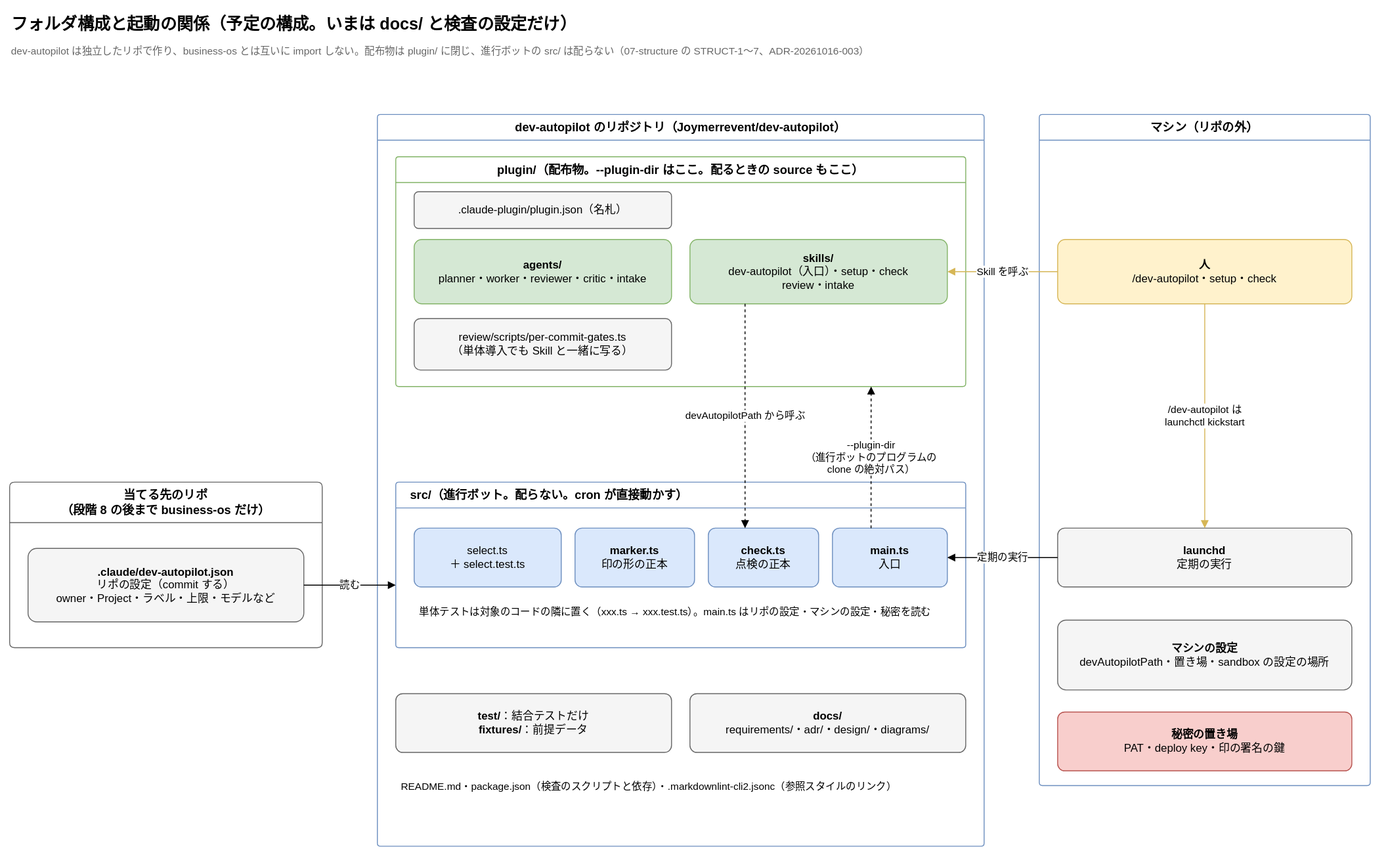
Above: docs/diagrams/structure.drawio.svg in Joymerrevent/dev-autopilot (draw.io), before the change. Source tidied: cells renumbered, new cells last; positions are measured from the earlier drawing's top-left corner, leaving out a move shared by most shapes.
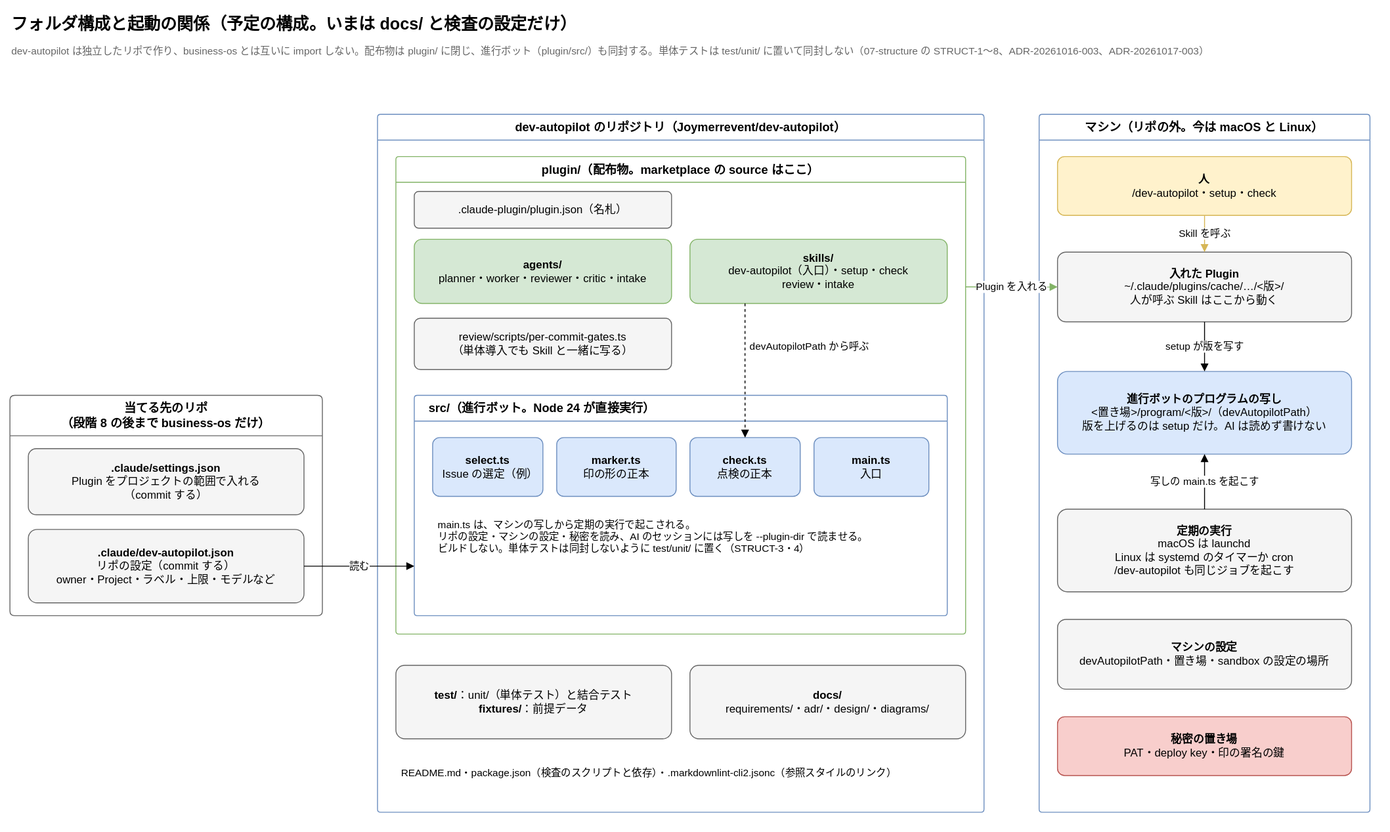
After the commit.

Commit message:
docs: 構成・全体・隔離と鍵の図を、Plugin に同封して写しから動かす形に直す

Change to the diagram source:
```diff
@@ -5,20 +5,23 @@
     <mxCell id="2" value="フォルダ構成と起動の関係（予定の構成。いまは docs/ と検査の設定だけ）" style="text;html=1;whiteSpace=wrap;align=left;verticalAlign=middle;fontSize=18;fontStyle=1;" parent="1" vertex="1">
       <mxGeometry width="1000" height="32" as="geometry" />
     </mxCell>
-    <mxCell id="3" value="dev-autopilot は独立したリポで作り、business-os とは互いに import しない。配布物は plugin/ に閉じ、進行ボットの src/ は配らない（07-structure の STRUCT-1〜7、ADR-20261016-003）" style="text;html=1;whiteSpace=wrap;align=left;verticalAlign=top;fontSize=11;fontColor=#666666;" parent="1" vertex="1">
+    <mxCell id="3" value="dev-autopilot は独立したリポで作り、business-os とは互いに import しない。配布物は plugin/ に閉じ、進行ボット（plugin/src/）も同封する。単体テストは test/unit/ に置いて同封しない（07-structure の STRUCT-1〜8、ADR-20261016-003、ADR-20261017-003）" style="text;html=1;whiteSpace=wrap;align=left;verticalAlign=top;fontSize=11;fontColor=#666666;" parent="1" vertex="1">
       <mxGeometry y="32" width="1480" height="22" as="geometry" />
     </mxCell>
     <mxCell id="4" value="当てる先のリポ&lt;br&gt;（段階 8 の後まで business-os だけ）" style="swimlane;startSize=44;html=1;whiteSpace=wrap;rounded=1;arcSize=4;fontStyle=1;fontSize=13;strokeColor=#666666;fillColor=none;swimlaneFillColor=none;" parent="1" vertex="1">
-      <mxGeometry y="514" width="340" height="180" as="geometry" />
+      <mxGeometry y="420" width="340" height="240" as="geometry" />
     </mxCell>
+    <mxCell id="32" value="&lt;b&gt;.claude/settings.json&lt;/b&gt;&lt;br&gt;Plugin をプロジェクトの範囲で入れる&lt;br&gt;（commit する）" style="rounded=1;whiteSpace=wrap;html=1;fontSize=12;arcSize=12;fillColor=#f5f5f5;strokeColor=#666666;spacing=12;" parent="4" vertex="1">
+      <mxGeometry x="20" y="58" width="300" height="72" as="geometry" />
+    </mxCell>
     <mxCell id="5" value="&lt;b&gt;.claude/dev-autopilot.json&lt;/b&gt;&lt;br&gt;リポの設定（commit する）&lt;br&gt;owner・Project・ラベル・上限・モデルなど" style="rounded=1;whiteSpace=wrap;html=1;fontSize=12;arcSize=12;fillColor=#f5f5f5;strokeColor=#666666;spacing=12;" parent="4" vertex="1">
-      <mxGeometry x="20" y="72" width="300" height="80" as="geometry" />
+      <mxGeometry x="20" y="146" width="300" height="80" as="geometry" />
     </mxCell>
     <mxCell id="6" value="dev-autopilot のリポジトリ（Joymerrevent/dev-autopilot）" style="swimlane;startSize=28;html=1;whiteSpace=wrap;rounded=1;arcSize=4;fontStyle=1;fontSize=13;strokeColor=#6c8ebf;fillColor=none;swimlaneFillColor=none;" parent="1" vertex="1">
-      <mxGeometry x="400" y="114" width="660" height="796" as="geometry" />
+      <mxGeometry x="400" y="114" width="660" height="760" as="geometry" />
     </mxCell>
-    <mxCell id="7" value="plugin/（配布物。--plugin-dir はここ。配るときの source もここ）" style="swimlane;startSize=28;html=1;whiteSpace=wrap;rounded=1;arcSize=4;fontStyle=1;fontSize=13;strokeColor=#82b366;fillColor=none;swimlaneFillColor=none;" parent="6" vertex="1">
-      <mxGeometry x="20" y="46" width="620" height="250" as="geometry" />
+    <mxCell id="7" value="plugin/（配布物。marketplace の source はここ）" style="swimlane;startSize=28;html=1;whiteSpace=wrap;rounded=1;arcSize=4;fontStyle=1;fontSize=13;strokeColor=#82b366;fillColor=none;swimlaneFillColor=none;" parent="6" vertex="1">
+      <mxGeometry x="20" y="46" width="620" height="520" as="geometry" />
     </mxCell>
     <mxCell id="8" value=".claude-plugin/plugin.json（名札）" style="rounded=1;whiteSpace=wrap;html=1;fontSize=12;arcSize=12;fillColor=#f5f5f5;strokeColor=#666666;spacing=12;" parent="7" vertex="1">
       <mxGeometry x="20" y="38" width="280" height="40" as="geometry" />
@@ -32,64 +35,72 @@
     <mxCell id="11" value="review/scripts/per-commit-gates.ts&lt;br&gt;（単体導入でも Skill と一緒に写る）" style="rounded=1;whiteSpace=wrap;html=1;fontSize=12;arcSize=12;fillColor=#f5f5f5;strokeColor=#666666;spacing=12;" parent="7" vertex="1">
       <mxGeometry x="20" y="176" width="280" height="56" as="geometry" />
     </mxCell>
-    <mxCell id="12" value="src/（進行ボット。配らない。cron が直接動かす）" style="swimlane;startSize=28;html=1;whiteSpace=wrap;rounded=1;arcSize=4;fontStyle=1;fontSize=13;strokeColor=#6c8ebf;fillColor=none;swimlaneFillColor=none;align=left;spacingLeft=14;" parent="6" vertex="1">
-      <mxGeometry x="20" y="400" width="620" height="180" as="geometry" />
+    <mxCell id="12" value="src/（進行ボット。Node 24 が直接実行）" style="swimlane;startSize=28;html=1;whiteSpace=wrap;rounded=1;arcSize=4;fontStyle=1;fontSize=13;strokeColor=#6c8ebf;fillColor=none;swimlaneFillColor=none;align=left;spacingLeft=14;" parent="7" vertex="1">
+      <mxGeometry x="20" y="260" width="580" height="240" as="geometry" />
     </mxCell>
-    <mxCell id="13" value="select.ts&lt;br&gt;＋ select.test.ts" style="rounded=1;whiteSpace=wrap;html=1;fontSize=12;arcSize=12;fillColor=#dae8fc;strokeColor=#6c8ebf;spacing=12;" parent="12" vertex="1">
-      <mxGeometry x="20" y="50" width="160" height="64" as="geometry" />
+    <mxCell id="13" value="&lt;b&gt;select.ts&lt;/b&gt;&lt;br&gt;Issue の選定（例）" style="rounded=1;whiteSpace=wrap;html=1;fontSize=12;arcSize=12;fillColor=#dae8fc;strokeColor=#6c8ebf;spacing=12;" parent="12" vertex="1">
+      <mxGeometry x="20" y="46" width="120" height="64" as="geometry" />
     </mxCell>
     <mxCell id="14" value="&lt;b&gt;marker.ts&lt;/b&gt;&lt;br&gt;印の形の正本" style="rounded=1;whiteSpace=wrap;html=1;fontSize=12;arcSize=12;fillColor=#dae8fc;strokeColor=#6c8ebf;spacing=12;" parent="12" vertex="1">
-      <mxGeometry x="195" y="50" width="130" height="64" as="geometry" />
+      <mxGeometry x="155" y="46" width="130" height="64" as="geometry" />
     </mxCell>
     <mxCell id="15" value="&lt;b&gt;check.ts&lt;/b&gt;&lt;br&gt;点検の正本" style="rounded=1;whiteSpace=wrap;html=1;fontSize=12;arcSize=12;fillColor=#dae8fc;strokeColor=#6c8ebf;spacing=12;" parent="12" vertex="1">
-      <mxGeometry x="340" y="50" width="120" height="64" as="geometry" />
+      <mxGeometry x="300" y="46" width="120" height="64" as="geometry" />
     </mxCell>
     <mxCell id="16" value="&lt;b&gt;main.ts&lt;/b&gt;&lt;br&gt;入口" style="rounded=1;whiteSpace=wrap;html=1;fontSize=12;arcSize=12;fillColor=#dae8fc;strokeColor=#6c8ebf;spacing=12;" parent="12" vertex="1">
-      <mxGeometry x="475" y="50" width="125" height="64" as="geometry" />
+      <mxGeometry x="435" y="46" width="125" height="64" as="geometry" />
     </mxCell>
-    <mxCell id="17" value="単体テストは対象のコードの隣に置く（xxx.ts → xxx.test.ts）。main.ts はリポの設定・マシンの設定・秘密を読む" style="text;html=1;whiteSpace=wrap;align=left;verticalAlign=top;fontSize=11;spacing=6;" parent="12" vertex="1">
-      <mxGeometry x="20" y="124" width="580" height="44" as="geometry" />
+    <mxCell id="17" value="main.ts は、マシンの写しから定期の実行で起こされる。&lt;br&gt;リポの設定・マシンの設定・秘密を読み、AI のセッションには写しを --plugin-dir で読ませる。&lt;br&gt;ビルドしない。単体テストは同封しないように test/unit/ に置く（STRUCT-3・4）" style="text;html=1;whiteSpace=wrap;align=left;verticalAlign=top;fontSize=11;spacing=6;" parent="12" vertex="1">
+      <mxGeometry x="20" y="124" width="540" height="100" as="geometry" />
     </mxCell>
-    <mxCell id="18" value="&lt;b&gt;test/&lt;/b&gt;：結合テストだけ&lt;br&gt;&lt;b&gt;fixtures/&lt;/b&gt;：前提データ" style="rounded=1;whiteSpace=wrap;html=1;fontSize=12;arcSize=12;fillColor=#f5f5f5;strokeColor=#666666;spacing=12;" parent="6" vertex="1">
-      <mxGeometry x="20" y="630" width="300" height="64" as="geometry" />
+    <mxCell id="18" value="&lt;b&gt;test/&lt;/b&gt;：unit/（単体テスト）と結合テスト&lt;br&gt;&lt;b&gt;fixtures/&lt;/b&gt;：前提データ" style="rounded=1;whiteSpace=wrap;html=1;fontSize=12;arcSize=12;fillColor=#f5f5f5;strokeColor=#666666;spacing=12;" parent="6" vertex="1">
+      <mxGeometry x="20" y="600" width="300" height="80" as="geometry" />
     </mxCell>
     <mxCell id="19" value="&lt;b&gt;docs/&lt;/b&gt;&lt;br&gt;requirements/・adr/・design/・diagrams/" style="rounded=1;whiteSpace=wrap;html=1;fontSize=12;arcSize=12;fillColor=#f5f5f5;strokeColor=#666666;spacing=12;" parent="6" vertex="1">
-      <mxGeometry x="340" y="630" width="300" height="64" as="geometry" />
+      <mxGeometry x="340" y="600" width="300" height="80" as="geometry" />
     </mxCell>
     <mxCell id="20" value="README.md・package.json（検査のスクリプトと依存）・.markdownlint-cli2.jsonc（参照スタイルのリンク）" style="text;html=1;whiteSpace=wrap;align=left;verticalAlign=top;fontSize=11;spacing=6;" parent="6" vertex="1">
-      <mxGeometry x="20" y="714" width="620" height="36" as="geometry" />
+      <mxGeometry x="20" y="700" width="620" height="36" as="geometry" />
     </mxCell>
-    <mxCell id="21" value="マシン（リポの外）" style="swimlane;startSize=28;html=1;whiteSpace=wrap;rounded=1;arcSize=4;fontStyle=1;fontSize=13;strokeColor=#6c8ebf;fillColor=none;swimlaneFillColor=none;" parent="1" vertex="1">
-      <mxGeometry x="1120" y="114" width="360" height="730" as="geometry" />
+    <mxCell id="21" value="マシン（リポの外。今は macOS と Linux）" style="swimlane;startSize=28;html=1;whiteSpace=wrap;rounded=1;arcSize=4;fontStyle=1;fontSize=13;strokeColor=#6c8ebf;fillColor=none;swimlaneFillColor=none;" parent="1" vertex="1">
+      <mxGeometry x="1120" y="114" width="360" height="760" as="geometry" />
     </mxCell>
     <mxCell id="22" value="&lt;b&gt;人&lt;/b&gt;&lt;br&gt;/dev-autopilot・setup・check" style="rounded=1;whiteSpace=wrap;html=1;fontSize=12;arcSize=12;fillColor=#fff2cc;strokeColor=#d6b656;spacing=12;" parent="21" vertex="1">
-      <mxGeometry x="20" y="136" width="320" height="70" as="geometry" />
+      <mxGeometry x="20" y="46" width="320" height="64" as="geometry" />
     </mxCell>
+    <mxCell id="33" value="&lt;b&gt;入れた Plugin&lt;/b&gt;&lt;br&gt;~/.claude/plugins/cache/…/&amp;lt;版&amp;gt;/&lt;br&gt;人が呼ぶ Skill はここから動く" style="rounded=1;whiteSpace=wrap;html=1;fontSize=12;arcSize=12;fillColor=#f5f5f5;strokeColor=#666666;spacing=12;" parent="21" vertex="1">
+      <mxGeometry x="20" y="150" width="320" height="76" as="geometry" />
+    </mxCell>
+    <mxCell id="34" value="&lt;b&gt;進行ボットのプログラムの写し&lt;/b&gt;&lt;br&gt;&amp;lt;置き場&amp;gt;/program/&amp;lt;版&amp;gt;/（devAutopilotPath）&lt;br&gt;版を上げるのは setup だけ。AI は読めず書けない" style="rounded=1;whiteSpace=wrap;html=1;fontSize=12;arcSize=12;fillColor=#dae8fc;strokeColor=#6c8ebf;spacing=12;" parent="21" vertex="1">
+      <mxGeometry x="20" y="280" width="320" height="90" as="geometry" />
+    </mxCell>
-    <mxCell id="23" value="&lt;b&gt;launchd&lt;/b&gt;&lt;br&gt;定期の実行" style="rounded=1;whiteSpace=wrap;html=1;fontSize=12;arcSize=12;fillColor=#f5f5f5;strokeColor=#666666;spacing=12;" parent="21" vertex="1">
-      <mxGeometry x="20" y="450" width="320" height="64" as="geometry" />
+    <mxCell id="23" value="&lt;b&gt;定期の実行&lt;/b&gt;&lt;br&gt;macOS は launchd&lt;br&gt;Linux は systemd のタイマーか cron&lt;br&gt;/dev-autopilot も同じジョブを起こす" style="rounded=1;whiteSpace=wrap;html=1;fontSize=12;arcSize=12;fillColor=#f5f5f5;strokeColor=#666666;spacing=12;" parent="21" vertex="1">
+      <mxGeometry x="20" y="430" width="320" height="90" as="geometry" />
     </mxCell>
     <mxCell id="24" value="&lt;b&gt;マシンの設定&lt;/b&gt;&lt;br&gt;devAutopilotPath・置き場・sandbox の設定の場所" style="rounded=1;whiteSpace=wrap;html=1;fontSize=12;arcSize=12;fillColor=#f5f5f5;strokeColor=#666666;spacing=12;" parent="21" vertex="1">
       <mxGeometry x="20" y="550" width="320" height="76" as="geometry" />
     </mxCell>
     <mxCell id="25" value="&lt;b&gt;秘密の置き場&lt;/b&gt;&lt;br&gt;PAT・deploy key・印の署名の鍵" style="rounded=1;whiteSpace=wrap;html=1;fontSize=12;arcSize=12;fillColor=#f8cecc;strokeColor=#b85450;spacing=12;" parent="21" vertex="1">
-      <mxGeometry x="20" y="650" width="320" height="64" as="geometry" />
+      <mxGeometry x="20" y="656" width="320" height="64" as="geometry" />
     </mxCell>
+    <mxCell id="35" value="Plugin を入れる" style="edgeStyle=orthogonalEdgeStyle;rounded=1;html=1;endArrow=block;endFill=1;fontSize=11;labelBackgroundColor=#ffffff;strokeColor=#82b366;exitX=1;exitY=0.273;exitDx=0;exitDy=0;entryX=0;entryY=0.5;entryDx=0;entryDy=0;" parent="1" edge="1" source="7" target="33">
+      <mxGeometry relative="1" as="geometry" />
+    </mxCell>
-    <mxCell id="26" value="Skill を呼ぶ" style="edgeStyle=orthogonalEdgeStyle;rounded=1;html=1;endArrow=block;endFill=1;fontSize=11;labelBackgroundColor=#ffffff;strokeColor=#d6b656;exitX=0;exitY=0.5;exitDx=0;exitDy=0;entryX=1;entryY=0.5;entryDx=0;entryDy=0;" parent="1" edge="1" source="22" target="10">
+    <mxCell id="26" value="Skill を呼ぶ" style="edgeStyle=orthogonalEdgeStyle;rounded=1;html=1;endArrow=block;endFill=1;fontSize=11;labelBackgroundColor=#ffffff;strokeColor=#d6b656;exitX=0.5;exitY=1;exitDx=0;exitDy=0;entryX=0.5;entryY=0;entryDx=0;entryDy=0;" parent="1" edge="1" source="22" target="33">
       <mxGeometry relative="1" as="geometry" />
     </mxCell>
-    <mxCell id="27" value="/dev-autopilot は&lt;br&gt;launchctl kickstart" style="edgeStyle=orthogonalEdgeStyle;rounded=1;html=1;endArrow=block;endFill=1;fontSize=11;labelBackgroundColor=#ffffff;strokeColor=#d6b656;exitX=0.5;exitY=1;exitDx=0;exitDy=0;entryX=0.5;entryY=0;entryDx=0;entryDy=0;" parent="1" edge="1" source="22" target="23">
-      <mxGeometry relative="1" as="geometry" />
-    </mxCell>
+    <mxCell id="36" value="setup が版を写す" style="edgeStyle=orthogonalEdgeStyle;rounded=1;html=1;endArrow=block;endFill=1;fontSize=11;labelBackgroundColor=#ffffff;exitX=0.5;exitY=1;exitDx=0;exitDy=0;entryX=0.5;entryY=0;entryDx=0;entryDy=0;" parent="1" edge="1" source="33" target="34">
+      <mxGeometry relative="1" as="geometry" />
+    </mxCell>
-    <mxCell id="28" value="定期の実行" style="edgeStyle=orthogonalEdgeStyle;rounded=1;html=1;endArrow=block;endFill=1;fontSize=11;labelBackgroundColor=#ffffff;exitX=0;exitY=0.5;exitDx=0;exitDy=0;entryX=1;entryY=0.5;entryDx=0;entryDy=0;" parent="1" edge="1" source="23" target="16">
+    <mxCell id="28" value="写しの main.ts を起こす" style="edgeStyle=orthogonalEdgeStyle;rounded=1;html=1;endArrow=block;endFill=1;fontSize=11;labelBackgroundColor=#ffffff;exitX=0.5;exitY=0;exitDx=0;exitDy=0;entryX=0.5;entryY=1;entryDx=0;entryDy=0;" parent="1" edge="1" source="23" target="34">
       <mxGeometry relative="1" as="geometry" />
     </mxCell>
-    <mxCell id="29" value="--plugin-dir&lt;br&gt;（進行ボットのプログラムの&lt;br&gt;clone の絶対パス）" style="edgeStyle=orthogonalEdgeStyle;rounded=1;html=1;endArrow=block;endFill=1;fontSize=11;labelBackgroundColor=#ffffff;dashed=1;exitX=0.336;exitY=0;exitDx=0;exitDy=0;entryX=0.834;entryY=1;entryDx=0;entryDy=0;" parent="1" edge="1" source="16" target="7">
-      <mxGeometry relative="1" as="geometry" />
-    </mxCell>
-    <mxCell id="30" value="devAutopilotPath から呼ぶ" style="edgeStyle=orthogonalEdgeStyle;rounded=1;html=1;endArrow=block;endFill=1;fontSize=11;labelBackgroundColor=#ffffff;dashed=1;exitX=0.214;exitY=1;exitDx=0;exitDy=0;entryX=0.333;entryY=0;entryDx=0;entryDy=0;" parent="1" edge="1" source="10" target="15">
-      <mxGeometry relative="1" as="geometry" />
+    <mxCell id="30" value="devAutopilotPath から呼ぶ" style="edgeStyle=orthogonalEdgeStyle;rounded=1;html=1;endArrow=block;endFill=1;fontSize=11;labelBackgroundColor=#ffffff;dashed=1;exitX=0.214;exitY=1;exitDx=0;exitDy=0;entryX=0.5;entryY=0;entryDx=0;entryDy=0;" parent="1" edge="1" source="10" target="15">
+      <mxGeometry x="-0.35" relative="1" as="geometry">
+        <mxPoint x="70" as="offset" />
+      </mxGeometry>
     </mxCell>
-    <mxCell id="31" value="読む" style="edgeStyle=orthogonalEdgeStyle;rounded=1;html=1;endArrow=block;endFill=1;fontSize=11;labelBackgroundColor=#ffffff;exitX=1;exitY=0.5;exitDx=0;exitDy=0;entryX=0;entryY=0.5;entryDx=0;entryDy=22;" parent="1" edge="1" source="5" target="12">
+    <mxCell id="31" value="読む" style="edgeStyle=orthogonalEdgeStyle;rounded=1;html=1;endArrow=block;endFill=1;fontSize=11;labelBackgroundColor=#ffffff;exitX=1;exitY=0.5;exitDx=0;exitDy=0;entryX=0;entryY=0.5;entryDx=0;entryDy=66;" parent="1" edge="1" source="5" target="12">
       <mxGeometry relative="1" as="geometry" />
     </mxCell>
   </root>
```
